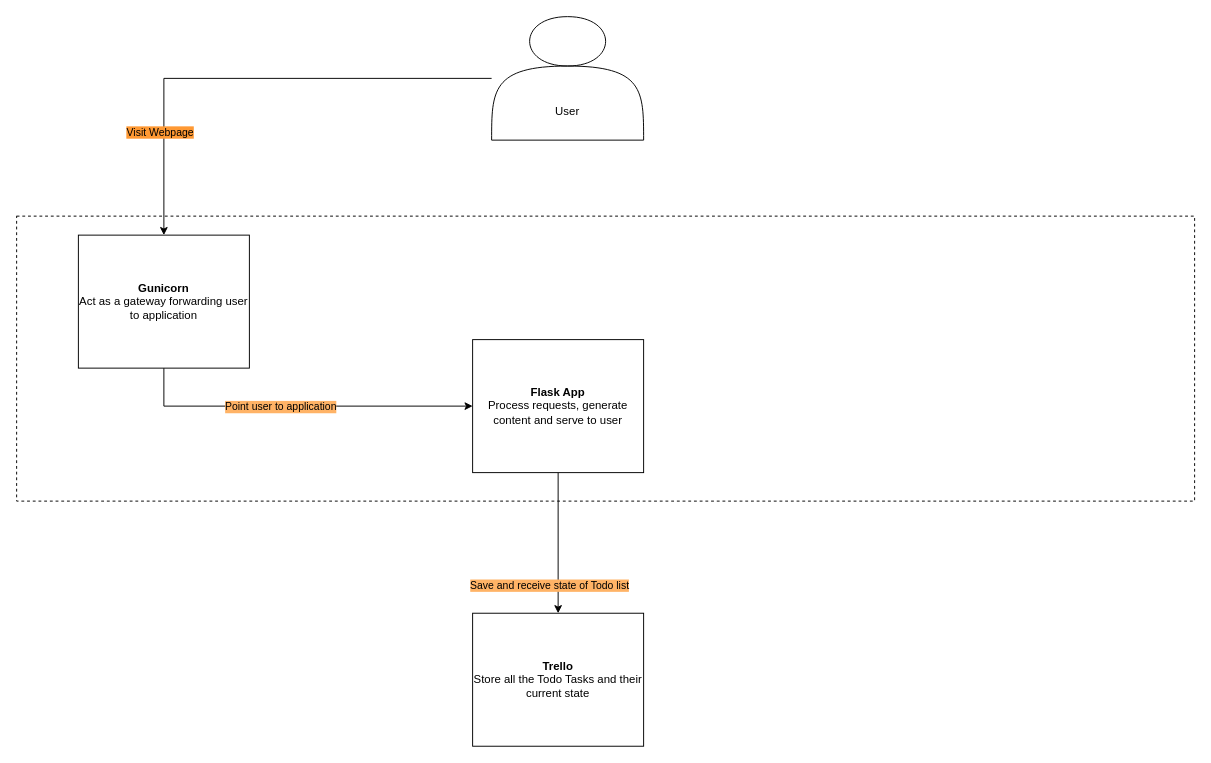
The draw.io diagram documentation/Container.drawio in Karrot96/DevOps-Course-Starter, before the edit. Source tidied: cells renumbered, new cells numbered last; positions are measured from the earlier drawing's top-left corner, leaving out a move shared by most shapes. Both pictures are drawn from the tidied source at 95%, with x=0, y=0 at pixel (16, 16).
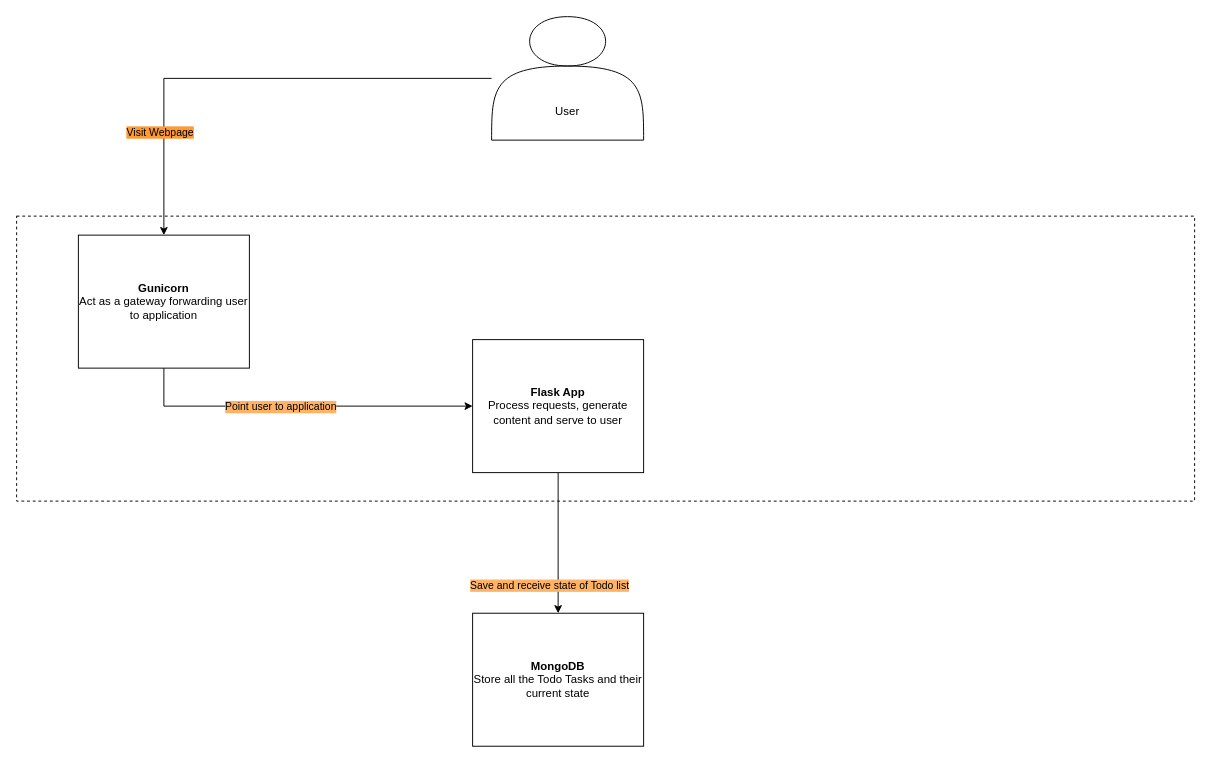
The same diagram, later.

What changed in the source:
```diff
@@
 <mxGraphModel>
   <root>
     <mxCell id="0" />
     <mxCell id="1" parent="0" />
     <mxCell id="2" style="rounded=0;whiteSpace=wrap;html=1;fillColor=none;dashed=1;" parent="1" vertex="1">
       <mxGeometry y="210" width="1240" height="300" as="geometry" />
     </mxCell>
     <mxCell id="3" style="edgeStyle=orthogonalEdgeStyle;rounded=0;jettySize=auto;html=1;" parent="1" edge="1" source="5" target="9">
       <mxGeometry relative="1" as="geometry" />
     </mxCell>
     <mxCell id="4" value="Visit Webpage" style="edgeLabel;html=1;align=center;verticalAlign=middle;labelBackgroundColor=#FF9933;" parent="3" vertex="1">
       <mxGeometry x="0.29" y="28" relative="1" as="geometry">
         <mxPoint x="-21" y="28" as="offset" />
       </mxGeometry>
     </mxCell>
     <mxCell id="5" style="shape=actor;whiteSpace=wrap;html=1;" parent="1" vertex="1">
       <mxGeometry x="500" width="160" height="130" as="geometry" />
     </mxCell>
     <mxCell id="6" value="User" style="text;html=1;strokeColor=none;fillColor=none;align=center;verticalAlign=middle;whiteSpace=wrap;rounded=0;" parent="1" vertex="1">
       <mxGeometry x="535" y="90" width="90" height="20" as="geometry" />
     </mxCell>
     <mxCell id="7" style="edgeStyle=orthogonalEdgeStyle;rounded=0;jettySize=auto;html=1;entryX=0;entryY=0.5;entryDx=0;entryDy=0;" parent="1" edge="1" source="9" target="12">
       <mxGeometry relative="1" as="geometry">
         <Array as="points">
           <mxPoint x="155" y="410" />
         </Array>
       </mxGeometry>
     </mxCell>
     <mxCell id="8" value="&lt;div&gt;Point user to application&lt;/div&gt;" style="edgeLabel;html=1;align=center;verticalAlign=middle;labelBackgroundColor=#FFB366;" parent="7" vertex="1">
       <mxGeometry x="-0.21" y="-2" relative="1" as="geometry">
         <mxPoint x="18" y="-2" as="offset" />
       </mxGeometry>
     </mxCell>
     <mxCell id="9" value="&lt;div&gt;&lt;b&gt;Gunicorn&lt;br&gt;&lt;/b&gt;&lt;/div&gt;&lt;div&gt;Act as a gateway forwarding user to application&lt;br&gt;&lt;b&gt;&lt;/b&gt;&lt;/div&gt;" style="rounded=0;whiteSpace=wrap;html=1;" parent="1" vertex="1">
       <mxGeometry x="65" y="230" width="180" height="140" as="geometry" />
     </mxCell>
     <mxCell id="10" style="edgeStyle=orthogonalEdgeStyle;rounded=0;jettySize=auto;html=1;entryX=0.5;entryY=0;entryDx=0;entryDy=0;" parent="1" edge="1" source="12" target="13">
       <mxGeometry relative="1" as="geometry" />
     </mxCell>
     <mxCell id="11" value="Save and receive state of Todo list" style="edgeLabel;html=1;align=center;verticalAlign=middle;labelBackgroundColor=#FFB366;" parent="10" vertex="1">
       <mxGeometry x="-0.2" y="-1" relative="1" as="geometry">
         <mxPoint x="-9" y="59" as="offset" />
       </mxGeometry>
     </mxCell>
     <mxCell id="12" value="&lt;div&gt;&lt;b&gt;Flask App&lt;br&gt;&lt;/b&gt;&lt;/div&gt;&lt;div&gt;Process requests, generate content and serve to user&lt;br&gt;&lt;b&gt;&lt;/b&gt;&lt;/div&gt;" style="rounded=0;whiteSpace=wrap;html=1;" parent="1" vertex="1">
       <mxGeometry x="480" y="340" width="180" height="140" as="geometry" />
     </mxCell>
-    <mxCell id="13" value="&lt;div&gt;&lt;b&gt;Trello&lt;br&gt;&lt;/b&gt;&lt;/div&gt;&lt;div&gt;&lt;span style=&quot;color: rgb(0 , 0 , 0) ; font-family: &amp;#34;helvetica&amp;#34; ; font-size: 12px ; font-style: normal ; font-weight: 400 ; letter-spacing: normal ; text-align: center ; text-indent: 0px ; text-transform: none ; word-spacing: 0px ; display: inline ; float: none&quot;&gt;Store all the Todo Tasks and their current state&lt;/span&gt;&lt;br&gt;&lt;b&gt;&lt;/b&gt;&lt;/div&gt;" style="rounded=0;whiteSpace=wrap;html=1;" parent="1" vertex="1">
+    <mxCell id="13" value="&lt;div&gt;&lt;b&gt;MongoDB&lt;/b&gt;&lt;/div&gt;&lt;div&gt;&lt;span style=&quot;color: rgb(0 , 0 , 0) ; font-family: &amp;#34;helvetica&amp;#34; ; font-size: 12px ; font-style: normal ; font-weight: 400 ; letter-spacing: normal ; text-align: center ; text-indent: 0px ; text-transform: none ; word-spacing: 0px ; display: inline ; float: none&quot;&gt;Store all the Todo Tasks and their current state&lt;/span&gt;&lt;br&gt;&lt;b&gt;&lt;/b&gt;&lt;/div&gt;" style="rounded=0;whiteSpace=wrap;html=1;" parent="1" vertex="1">
       <mxGeometry x="480" y="628" width="180" height="140" as="geometry" />
     </mxCell>
   </root>
 </mxGraphModel>
```
